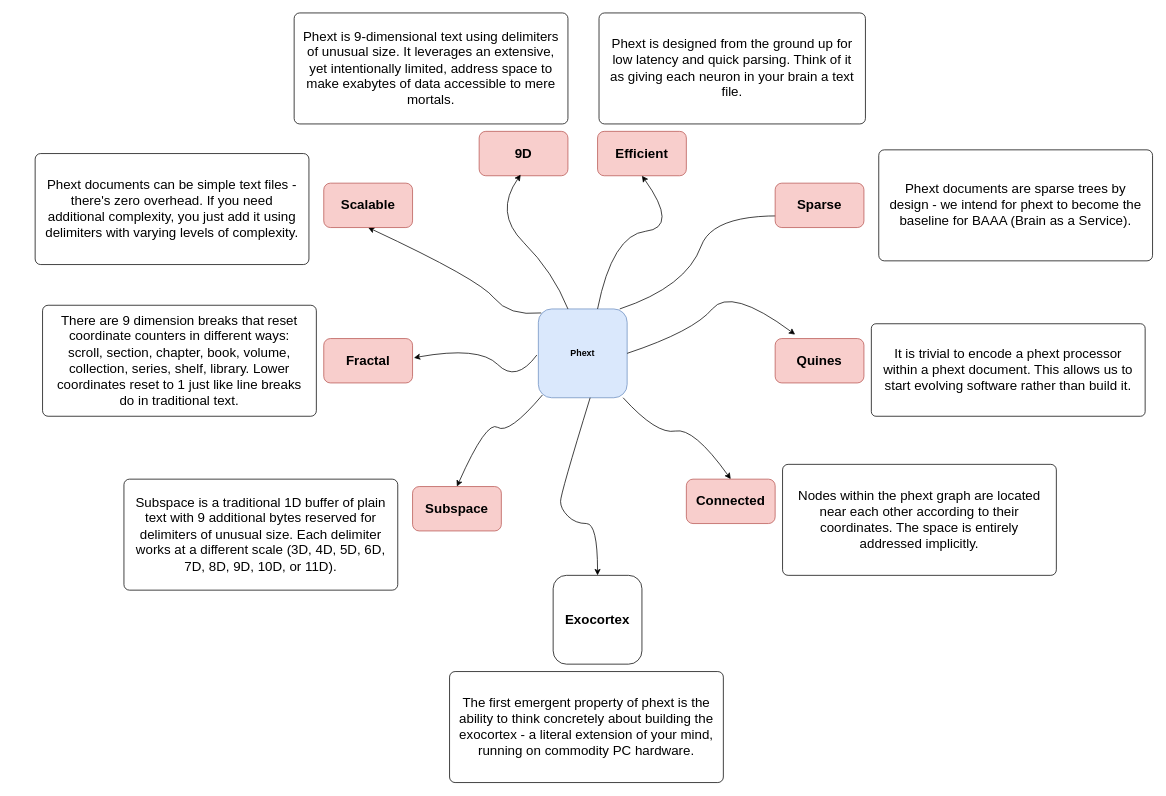
This is phext-concepts.drawio from wbic16/phextio, a draw.io file, before an edit. Source tidied: cells renumbered, new cells numbered last; positions are measured from the earlier drawing's top-left corner, leaving out a move shared by most shapes. Both pictures are drawn from the tidied source at 74%, with x=0, y=0 at pixel (35, 13).
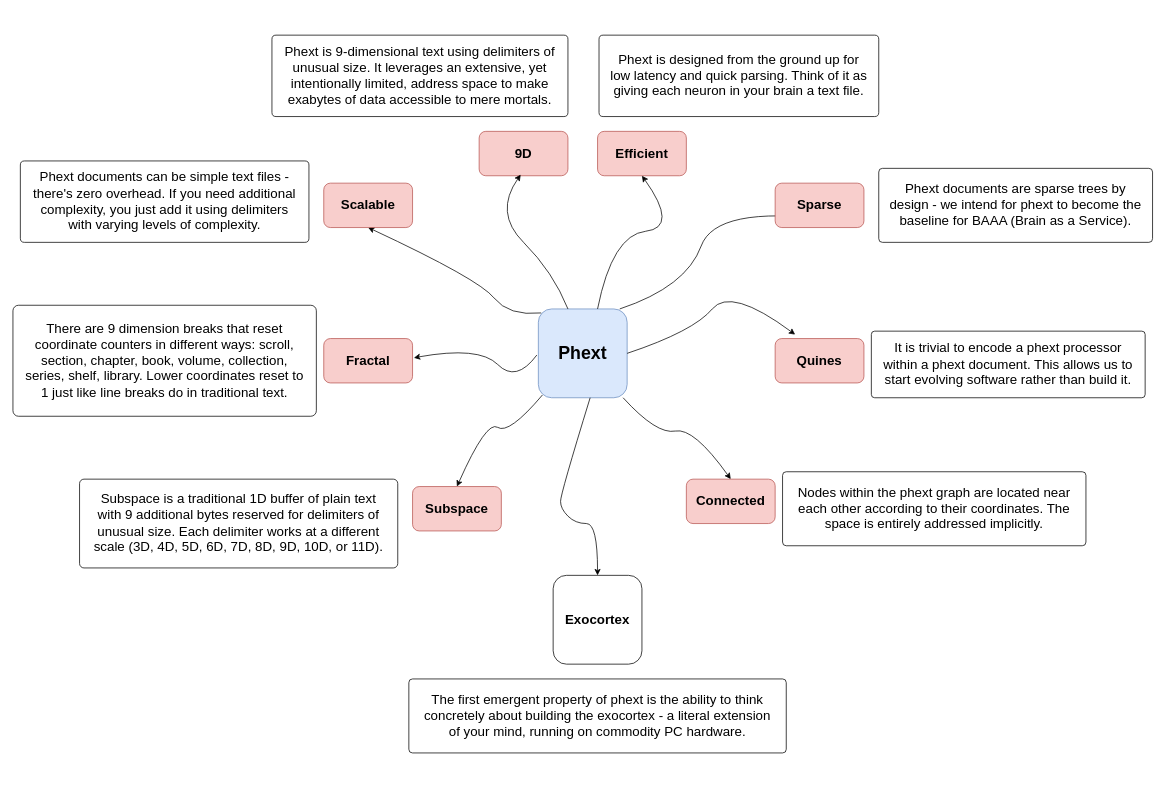
Above is the later version.

Commit message (it also covers changes not shown here):
Revised and Rendered the Diagram

Diff of the diagram source:
```diff
@@
-    <mxCell id="2" value="Phext" style="rounded=1;whiteSpace=wrap;html=1;fillColor=#dae8fc;strokeColor=#6c8ebf;fontStyle=1;" parent="1" vertex="1">
+    <mxCell id="2" value="&lt;font style=&quot;font-size: 24px;&quot;&gt;Phext&lt;/font&gt;" style="rounded=1;whiteSpace=wrap;html=1;fillColor=#dae8fc;strokeColor=#6c8ebf;fontStyle=1;" parent="1" vertex="1">
       <mxGeometry x="680" y="400" width="120" height="120" as="geometry" />
     </mxCell>
@@
     <mxCell id="21" value="&lt;font style=&quot;font-size: 18px;&quot;&gt;Phext is 9-dimensional text using delimiters of unusual size. It leverages an extensive, yet intentionally limited, address space to make exabytes of data accessible to mere mortals.&lt;/font&gt;" style="rounded=1;whiteSpace=wrap;html=1;arcSize=5;spacingLeft=10;spacingRight=10;" parent="1" vertex="1">
-      <mxGeometry x="350" width="370" height="150" as="geometry" />
+      <mxGeometry x="320" y="30" width="400" height="110" as="geometry" />
     </mxCell>
     <mxCell id="22" value="&lt;font style=&quot;font-size: 18px;&quot;&gt;Phext is designed from the ground up for low latency and quick parsing. Think of it as giving each neuron in your brain a text file.&lt;/font&gt;" style="rounded=1;whiteSpace=wrap;html=1;arcSize=5;spacingLeft=10;spacingRight=10;" parent="1" vertex="1">
-      <mxGeometry x="762" width="360" height="150" as="geometry" />
+      <mxGeometry x="762" y="30" width="378" height="110" as="geometry" />
     </mxCell>
     <mxCell id="23" value="&lt;font style=&quot;font-size: 18px;&quot;&gt;Phext documents can be simple text files - there's zero overhead. If you need additional complexity, you just add it using delimiters with varying levels of complexity.&lt;/font&gt;" style="rounded=1;whiteSpace=wrap;html=1;arcSize=5;spacingLeft=10;spacingRight=10;" parent="1" vertex="1">
-      <mxGeometry y="190" width="370" height="150" as="geometry" />
+      <mxGeometry x="-20" y="200" width="390" height="110" as="geometry" />
     </mxCell>
     <mxCell id="24" value="&lt;span style=&quot;font-size: 18px;&quot;&gt;There are 9 dimension breaks that reset coordinate counters in different ways: scroll, section, chapter, book, volume, collection, series, shelf, library. Lower coordinates reset to 1 just like line breaks do in traditional text.&lt;/span&gt;" style="rounded=1;whiteSpace=wrap;html=1;arcSize=5;spacingLeft=10;spacingRight=10;" parent="1" vertex="1">
-      <mxGeometry x="10" y="395" width="370" height="150" as="geometry" />
+      <mxGeometry x="-30" y="395" width="410" height="150" as="geometry" />
     </mxCell>
     <mxCell id="25" value="&lt;font style=&quot;font-size: 18px;&quot;&gt;Subspace is a traditional 1D buffer of plain text with 9 additional bytes reserved for delimiters of unusual size. Each delimiter works at a different scale (3D, 4D, 5D, 6D, 7D, 8D, 9D, 10D, or&amp;nbsp;&lt;/font&gt;&lt;span style=&quot;font-size: 18px; background-color: initial;&quot;&gt;11D).&lt;/span&gt;" style="rounded=1;whiteSpace=wrap;html=1;arcSize=5;spacingLeft=10;spacingRight=10;" parent="1" vertex="1">
-      <mxGeometry x="120" y="630" width="370" height="150" as="geometry" />
+      <mxGeometry x="60" y="630" width="430" height="120" as="geometry" />
     </mxCell>
     <mxCell id="26" value="&lt;span style=&quot;font-size: 18px;&quot;&gt;The first emergent property of phext is the ability to think concretely about building the exocortex - a literal extension of your mind, running on commodity PC hardware.&lt;/span&gt;" style="rounded=1;whiteSpace=wrap;html=1;arcSize=5;spacingLeft=10;spacingRight=10;" parent="1" vertex="1">
-      <mxGeometry x="560" y="890" width="370" height="150" as="geometry" />
+      <mxGeometry x="505" y="900" width="510" height="100" as="geometry" />
     </mxCell>
     <mxCell id="27" value="&lt;span style=&quot;font-size: 18px;&quot;&gt;Nodes within the phext graph are located near each other according to their coordinates. The space is entirely addressed implicitly.&lt;/span&gt;" style="rounded=1;whiteSpace=wrap;html=1;arcSize=5;spacingLeft=10;spacingRight=10;" parent="1" vertex="1">
-      <mxGeometry x="1010" y="610" width="370" height="150" as="geometry" />
+      <mxGeometry x="1010" y="620" width="410" height="100" as="geometry" />
     </mxCell>
     <mxCell id="28" value="&lt;span style=&quot;font-size: 18px;&quot;&gt;It is trivial to encode a phext processor within a phext document. This allows us to start evolving software rather than build it.&lt;/span&gt;" style="rounded=1;whiteSpace=wrap;html=1;arcSize=5;spacingLeft=10;spacingRight=10;" parent="1" vertex="1">
-      <mxGeometry x="1130" y="420" width="370" height="125" as="geometry" />
+      <mxGeometry x="1130" y="430" width="370" height="90" as="geometry" />
     </mxCell>
     <mxCell id="29" value="&lt;span style=&quot;font-size: 18px;&quot;&gt;Phext documents are sparse trees by design - we intend for phext to become the baseline for BAAA (Brain as a Service).&lt;/span&gt;" style="rounded=1;whiteSpace=wrap;html=1;arcSize=5;spacingLeft=10;spacingRight=10;" parent="1" vertex="1">
-      <mxGeometry x="1140" y="185" width="370" height="150" as="geometry" />
+      <mxGeometry x="1140" y="210" width="370" height="100" as="geometry" />
     </mxCell>
```
